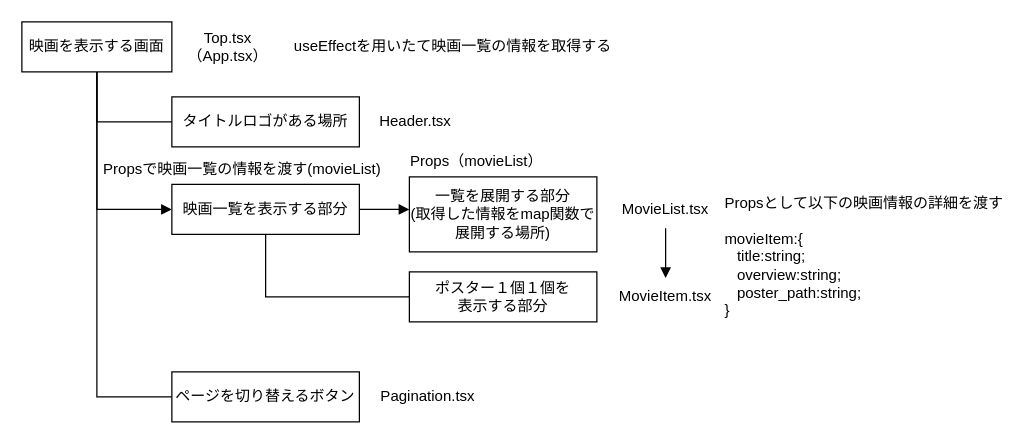
Yuta-Tsutsumi/movie_site keeps this draw.io diagram as page "詳細な関係図" (2 of 3) of diagram.dio. Above is the earlier version. Source tidied: cells renumbered, new cells numbered last; positions are measured from the earlier drawing's top-left corner, leaving out a move shared by most shapes. Both pictures are drawn from the tidied source at 125%, with x=0, y=0 at pixel (21, 21).
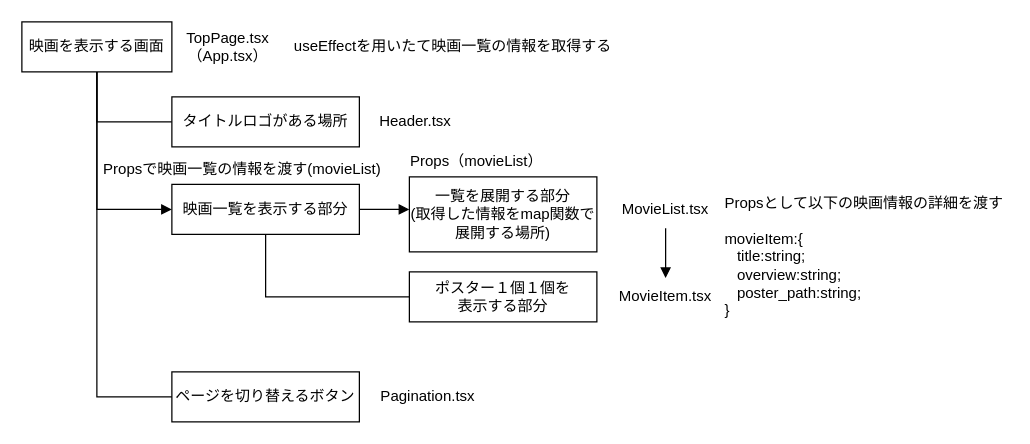
The same page after the edit.

What changed in the source:
```diff
@@
-    <mxCell id="18" value="Top.tsx（App.tsx）" style="text;html=1;strokeColor=none;fillColor=none;align=center;verticalAlign=middle;whiteSpace=wrap;rounded=0;" parent="1" vertex="1">
+    <mxCell id="18" value="TopPage.tsx（App.tsx）" style="text;html=1;strokeColor=none;fillColor=none;align=center;verticalAlign=middle;whiteSpace=wrap;rounded=0;" parent="1" vertex="1">
       <mxGeometry x="120" y="5" width="90" height="30" as="geometry" />
     </mxCell>
```
